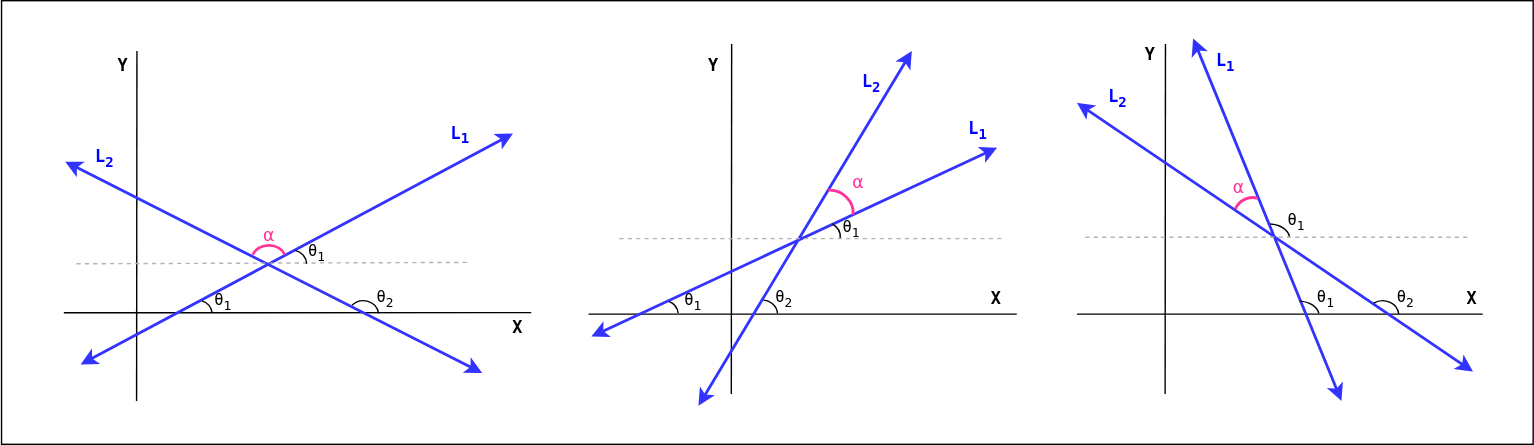
Earlier version of the draw.io export public/diagrams/line-angle-between-two-lines.svg (datkumar/code-journal). Source tidied: cells renumbered, new cells last; positions are measured from the earlier drawing's top-left corner, leaving out a move shared by most shapes.
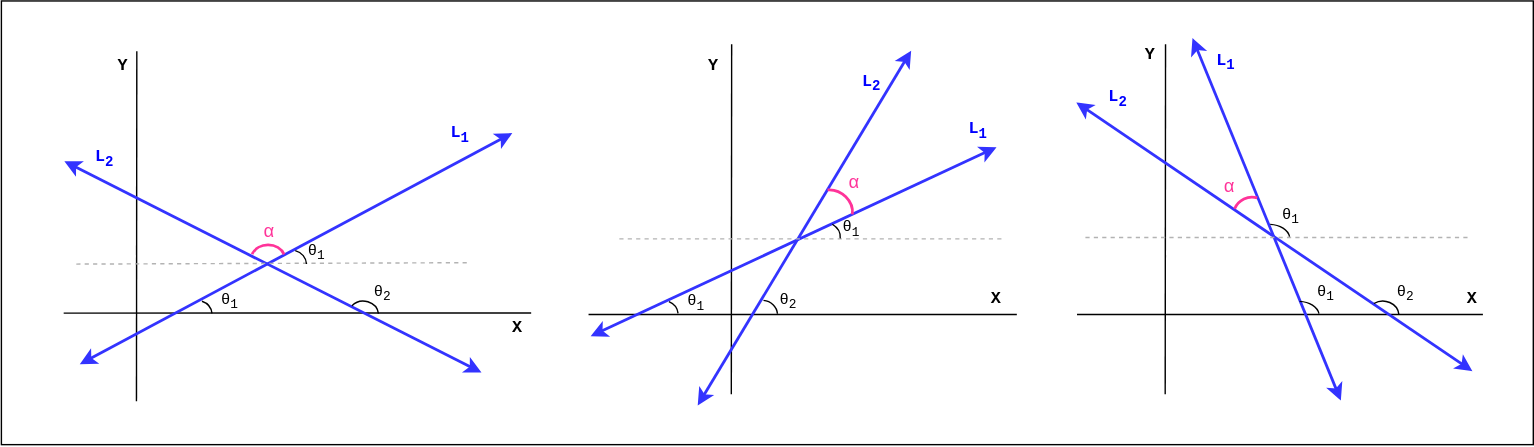
After the commit.

The edit, as a diff of the source:
```diff
@@ -2,7 +2,7 @@
   <root>
     <mxCell id="0" />
     <mxCell id="1" parent="0" />
-    <mxCell id="2" style="rounded=0;whiteSpace=wrap;html=1;fillColor=light-dark(#FFFFFF,#FFFFFF);fillStyle=solid;" parent="1" vertex="1">
+    <mxCell id="2" style="rounded=0;whiteSpace=wrap;html=1;fillColor=light-dark(#FFFFFF,#FFFFFF);fillStyle=solid;fontFamily=monospace;" parent="1" vertex="1">
       <mxGeometry x="-0.5" width="1094.5" height="317" as="geometry" />
     </mxCell>
     <mxCell id="3" style="endArrow=none;html=1;strokeWidth=1;rounded=0;strokeColor=light-dark(#000000,#000000);fontFamily=monospace;fontColor=#000000;" parent="1" edge="1">
@@ -35,17 +35,17 @@
         <mxPoint x="343" y="266" as="targetPoint" />
       </mxGeometry>
     </mxCell>
-    <mxCell id="9" style="verticalLabelPosition=bottom;verticalAlign=top;html=1;shape=mxgraph.basic.arc;startAngle=0.8693585715642969;endAngle=0.2293572000800764;fontColor=#000000;fillColor=light-dark(#000000,#000000);strokeColor=light-dark(#000000,#000000);" parent="1" vertex="1">
+    <mxCell id="9" style="verticalLabelPosition=bottom;verticalAlign=top;html=1;shape=mxgraph.basic.arc;startAngle=0.8693585715642969;endAngle=0.2293572000800764;fontColor=#000000;fillColor=light-dark(#000000,#000000);strokeColor=light-dark(#000000,#000000);fontFamily=monospace;" parent="1" vertex="1">
       <mxGeometry x="247" y="214.4" width="22" height="20.6" as="geometry" />
     </mxCell>
     <mxCell id="10" value="θ&lt;sub&gt;2&lt;/sub&gt;" style="text;html=1;align=center;verticalAlign=middle;whiteSpace=wrap;rounded=0;fontFamily=monospace;fontColor=#000000;fontSize=11;" parent="1" vertex="1">
-      <mxGeometry x="269" y="207.9" width="10" height="11" as="geometry" />
+      <mxGeometry x="267" y="203.4" width="10" height="11" as="geometry" />
     </mxCell>
-    <mxCell id="11" style="verticalLabelPosition=bottom;verticalAlign=top;html=1;shape=mxgraph.basic.arc;startAngle=0.055934176189578154;endAngle=0.23464572180095508;fontColor=#000000;fillColor=light-dark(#000000,#000000);strokeColor=light-dark(#000000,#000000);" parent="1" vertex="1">
+    <mxCell id="11" style="verticalLabelPosition=bottom;verticalAlign=top;html=1;shape=mxgraph.basic.arc;startAngle=0.055934176189578154;endAngle=0.23464572180095508;fontColor=#000000;fillColor=light-dark(#000000,#000000);strokeColor=light-dark(#000000,#000000);fontFamily=monospace;" parent="1" vertex="1">
       <mxGeometry x="128" y="213.9" width="22" height="20.6" as="geometry" />
     </mxCell>
     <mxCell id="12" value="θ&lt;sub&gt;1&lt;/sub&gt;" style="text;html=1;align=center;verticalAlign=middle;whiteSpace=wrap;rounded=0;fontFamily=monospace;fontColor=#000000;fontSize=11;" parent="1" vertex="1">
-      <mxGeometry x="153" y="209.4" width="10" height="11" as="geometry" />
+      <mxGeometry x="158" y="209.9" width="10" height="11" as="geometry" />
     </mxCell>
     <mxCell id="13" style="endArrow=none;html=1;strokeWidth=1;rounded=0;strokeColor=light-dark(#B3B3B3,#B3B3B3);fontFamily=monospace;fontColor=#000000;dashed=1;" parent="1" edge="1">
       <mxGeometry relative="1" as="geometry">
@@ -53,17 +53,17 @@
         <mxPoint x="335" y="187" as="targetPoint" />
       </mxGeometry>
     </mxCell>
-    <mxCell id="14" style="verticalLabelPosition=bottom;verticalAlign=top;html=1;shape=mxgraph.basic.arc;startAngle=0.043122530546539604;endAngle=0.24481200322379398;fontColor=#000000;fillColor=light-dark(#000000,#000000);strokeColor=light-dark(#000000,#000000);" parent="1" vertex="1">
+    <mxCell id="14" style="verticalLabelPosition=bottom;verticalAlign=top;html=1;shape=mxgraph.basic.arc;startAngle=0.043122530546539604;endAngle=0.24481200322379398;fontColor=#000000;fillColor=light-dark(#000000,#000000);strokeColor=light-dark(#000000,#000000);fontFamily=monospace;" parent="1" vertex="1">
       <mxGeometry x="195.5" y="178" width="22" height="20.6" as="geometry" />
     </mxCell>
     <mxCell id="15" value="θ&lt;sub&gt;1&lt;/sub&gt;" style="text;html=1;align=center;verticalAlign=middle;whiteSpace=wrap;rounded=0;fontFamily=monospace;fontColor=#000000;fontSize=11;" parent="1" vertex="1">
       <mxGeometry x="220" y="174.8" width="10" height="11" as="geometry" />
     </mxCell>
-    <mxCell id="16" style="verticalLabelPosition=bottom;verticalAlign=top;html=1;shape=mxgraph.basic.arc;startAngle=0.815970818035741;endAngle=0.18665405424633041;fontColor=#000000;fillColor=light-dark(#000000,#000000);strokeColor=light-dark(#FF3399,#FF3399);strokeWidth=2;" parent="1" vertex="1">
+    <mxCell id="16" style="verticalLabelPosition=bottom;verticalAlign=top;html=1;shape=mxgraph.basic.arc;startAngle=0.815970818035741;endAngle=0.18665405424633041;fontColor=#000000;fillColor=light-dark(#000000,#000000);strokeColor=light-dark(#FF3399,#FF3399);strokeWidth=2;fontFamily=monospace;" parent="1" vertex="1">
       <mxGeometry x="178" y="174.8" width="25" height="22.2" as="geometry" />
     </mxCell>
     <mxCell id="17" value="α" style="text;html=1;align=center;verticalAlign=middle;whiteSpace=wrap;rounded=0;fontFamily=monospace;fontColor=light-dark(#FF3399,#FF3399);fontSize=13;fontStyle=0;" parent="1" vertex="1">
-      <mxGeometry x="185.5" y="161" width="10" height="11" as="geometry" />
+      <mxGeometry x="185.5" y="159" width="10" height="11" as="geometry" />
     </mxCell>
     <mxCell id="18" style="endArrow=none;html=1;strokeWidth=1;rounded=0;strokeColor=light-dark(#000000,#000000);fontFamily=monospace;fontColor=#000000;" parent="1" edge="1">
       <mxGeometry relative="1" as="geometry">
@@ -95,17 +95,17 @@
         <mxPoint x="497.5" y="289.5" as="targetPoint" />
       </mxGeometry>
     </mxCell>
-    <mxCell id="24" style="verticalLabelPosition=bottom;verticalAlign=top;html=1;shape=mxgraph.basic.arc;startAngle=0.014285457105234005;endAngle=0.23853446749302298;fontColor=#000000;fillColor=light-dark(#000000,#000000);strokeColor=light-dark(#000000,#000000);" parent="1" vertex="1">
+    <mxCell id="24" style="verticalLabelPosition=bottom;verticalAlign=top;html=1;shape=mxgraph.basic.arc;startAngle=0.014285457105234005;endAngle=0.23853446749302298;fontColor=#000000;fillColor=light-dark(#000000,#000000);strokeColor=light-dark(#000000,#000000);fontFamily=monospace;" parent="1" vertex="1">
       <mxGeometry x="532" y="213.9" width="22" height="20.6" as="geometry" />
     </mxCell>
     <mxCell id="25" value="θ&lt;sub&gt;2&lt;/sub&gt;" style="text;html=1;align=center;verticalAlign=middle;whiteSpace=wrap;rounded=0;fontFamily=monospace;fontColor=#000000;fontSize=11;" parent="1" vertex="1">
-      <mxGeometry x="554" y="207.9" width="10" height="11" as="geometry" />
+      <mxGeometry x="557" y="209.9" width="10" height="11" as="geometry" />
     </mxCell>
-    <mxCell id="26" style="verticalLabelPosition=bottom;verticalAlign=top;html=1;shape=mxgraph.basic.arc;startAngle=0.0662513164113248;endAngle=0.23464572180095508;fontColor=#000000;fillColor=light-dark(#000000,#000000);strokeColor=light-dark(#000000,#000000);" parent="1" vertex="1">
+    <mxCell id="26" style="verticalLabelPosition=bottom;verticalAlign=top;html=1;shape=mxgraph.basic.arc;startAngle=0.0662513164113248;endAngle=0.23464572180095508;fontColor=#000000;fillColor=light-dark(#000000,#000000);strokeColor=light-dark(#000000,#000000);fontFamily=monospace;" parent="1" vertex="1">
       <mxGeometry x="461" y="213.9" width="22" height="20.6" as="geometry" />
     </mxCell>
     <mxCell id="27" value="θ&lt;sub&gt;1&lt;/sub&gt;" style="text;html=1;align=center;verticalAlign=middle;whiteSpace=wrap;rounded=0;fontFamily=monospace;fontColor=#000000;fontSize=11;" parent="1" vertex="1">
-      <mxGeometry x="489" y="209.4" width="10" height="11" as="geometry" />
+      <mxGeometry x="491" y="210.4" width="10" height="11" as="geometry" />
     </mxCell>
     <mxCell id="28" style="endArrow=none;html=1;strokeWidth=1;rounded=0;strokeColor=light-dark(#B3B3B3,#B3B3B3);fontFamily=monospace;fontColor=#000000;dashed=1;" parent="1" edge="1">
       <mxGeometry relative="1" as="geometry">
@@ -113,17 +113,17 @@
         <mxPoint x="715" y="170" as="targetPoint" />
       </mxGeometry>
     </mxCell>
-    <mxCell id="29" style="verticalLabelPosition=bottom;verticalAlign=top;html=1;shape=mxgraph.basic.arc;startAngle=0.05172660935135438;endAngle=0.2269523750837865;fontColor=#000000;fillColor=light-dark(#000000,#000000);strokeColor=light-dark(#000000,#000000);rotation=15;" parent="1" vertex="1">
+    <mxCell id="29" style="verticalLabelPosition=bottom;verticalAlign=top;html=1;shape=mxgraph.basic.arc;startAngle=0.05172660935135438;endAngle=0.2269523750837865;fontColor=#000000;fillColor=light-dark(#000000,#000000);strokeColor=light-dark(#000000,#000000);rotation=15;fontFamily=monospace;" parent="1" vertex="1">
       <mxGeometry x="575" y="157.7" width="24" height="20.6" as="geometry" />
     </mxCell>
     <mxCell id="30" value="θ&lt;sub&gt;1&lt;/sub&gt;" style="text;html=1;align=center;verticalAlign=middle;whiteSpace=wrap;rounded=0;fontFamily=monospace;fontColor=#000000;fontSize=11;" parent="1" vertex="1">
       <mxGeometry x="601.5" y="157" width="10" height="11" as="geometry" />
     </mxCell>
-    <mxCell id="31" style="verticalLabelPosition=bottom;verticalAlign=top;html=1;shape=mxgraph.basic.arc;startAngle=0.8805625920328525;endAngle=0.18023656976070954;fontColor=#000000;fillColor=light-dark(#000000,#000000);strokeColor=light-dark(#FF3399,#FF3399);strokeWidth=2;rotation=35;" parent="1" vertex="1">
+    <mxCell id="31" style="verticalLabelPosition=bottom;verticalAlign=top;html=1;shape=mxgraph.basic.arc;startAngle=0.8805625920328525;endAngle=0.18023656976070954;fontColor=#000000;fillColor=light-dark(#000000,#000000);strokeColor=light-dark(#FF3399,#FF3399);strokeWidth=2;rotation=35;fontFamily=monospace;" parent="1" vertex="1">
       <mxGeometry x="577.7" y="136.1" width="31" height="27.3" as="geometry" />
     </mxCell>
     <mxCell id="32" value="α" style="text;html=1;align=center;verticalAlign=middle;whiteSpace=wrap;rounded=0;fontFamily=monospace;fontColor=light-dark(#FF3399,#FF3399);fontSize=13;fontStyle=0;" parent="1" vertex="1">
-      <mxGeometry x="605" y="121.1" width="13.5" height="15" as="geometry" />
+      <mxGeometry x="601.5" y="123" width="13.5" height="15" as="geometry" />
     </mxCell>
     <mxCell id="33" value="L&lt;sub&gt;1&lt;/sub&gt;" style="text;html=1;align=center;verticalAlign=middle;whiteSpace=wrap;rounded=0;fontFamily=monospace;fontStyle=1;fontColor=light-dark(#0000FF,#0000FF);" parent="1" vertex="1">
       <mxGeometry x="318" y="86" width="19" height="20" as="geometry" />
@@ -168,9 +168,9 @@
       </mxGeometry>
     </mxCell>
     <mxCell id="43" value="θ&lt;sub&gt;2&lt;/sub&gt;" style="text;html=1;align=center;verticalAlign=middle;whiteSpace=wrap;rounded=0;fontFamily=monospace;fontColor=#000000;fontSize=11;" parent="1" vertex="1">
-      <mxGeometry x="998" y="207.9" width="10" height="11" as="geometry" />
+      <mxGeometry x="998" y="203.6" width="10" height="11" as="geometry" />
     </mxCell>
-    <mxCell id="44" style="verticalLabelPosition=bottom;verticalAlign=top;html=1;shape=mxgraph.basic.arc;startAngle=0.9067918438303362;endAngle=0.23464572180095508;fontColor=#000000;fillColor=light-dark(#000000,#000000);strokeColor=light-dark(#000000,#000000);" parent="1" vertex="1">
+    <mxCell id="44" style="verticalLabelPosition=bottom;verticalAlign=top;html=1;shape=mxgraph.basic.arc;startAngle=0.9067918438303362;endAngle=0.23464572180095508;fontColor=#000000;fillColor=light-dark(#000000,#000000);strokeColor=light-dark(#000000,#000000);fontFamily=monospace;" parent="1" vertex="1">
       <mxGeometry x="975" y="214.4" width="23" height="21" as="geometry" />
     </mxCell>
     <mxCell id="45" style="endArrow=none;html=1;strokeWidth=1;rounded=0;strokeColor=light-dark(#B3B3B3,#B3B3B3);fontFamily=monospace;fontColor=#000000;dashed=1;" parent="1" edge="1">
@@ -179,17 +179,17 @@
         <mxPoint x="1048" y="169" as="targetPoint" />
       </mxGeometry>
     </mxCell>
-    <mxCell id="46" style="verticalLabelPosition=bottom;verticalAlign=top;html=1;shape=mxgraph.basic.arc;startAngle=0.011122702613081634;endAngle=0.2269523750837865;fontColor=#000000;fillColor=light-dark(#000000,#000000);strokeColor=light-dark(#000000,#000000);rotation=0;" parent="1" vertex="1">
+    <mxCell id="46" style="verticalLabelPosition=bottom;verticalAlign=top;html=1;shape=mxgraph.basic.arc;startAngle=0.011122702613081634;endAngle=0.2269523750837865;fontColor=#000000;fillColor=light-dark(#000000,#000000);strokeColor=light-dark(#000000,#000000);rotation=0;fontFamily=monospace;" parent="1" vertex="1">
       <mxGeometry x="911" y="214.6" width="30" height="20.6" as="geometry" />
     </mxCell>
     <mxCell id="47" value="θ&lt;sub&gt;1&lt;/sub&gt;" style="text;html=1;align=center;verticalAlign=middle;whiteSpace=wrap;rounded=0;fontFamily=monospace;fontColor=#000000;fontSize=11;" parent="1" vertex="1">
-      <mxGeometry x="941" y="207.9" width="10" height="11" as="geometry" />
+      <mxGeometry x="941" y="203.6" width="10" height="11" as="geometry" />
     </mxCell>
-    <mxCell id="48" style="verticalLabelPosition=bottom;verticalAlign=top;html=1;shape=mxgraph.basic.arc;startAngle=0.8146637477722297;endAngle=0.044922663932729305;fontColor=#000000;fillColor=light-dark(#000000,#000000);strokeColor=light-dark(#FF3399,#FF3399);strokeWidth=2;rotation=0;" parent="1" vertex="1">
+    <mxCell id="48" style="verticalLabelPosition=bottom;verticalAlign=top;html=1;shape=mxgraph.basic.arc;startAngle=0.8146637477722297;endAngle=0.044922663932729305;fontColor=#000000;fillColor=light-dark(#000000,#000000);strokeColor=light-dark(#FF3399,#FF3399);strokeWidth=2;rotation=0;fontFamily=monospace;" parent="1" vertex="1">
       <mxGeometry x="880" y="140.7" width="27" height="27.3" as="geometry" />
     </mxCell>
     <mxCell id="49" value="α" style="text;html=1;align=center;verticalAlign=middle;whiteSpace=wrap;rounded=0;fontFamily=monospace;fontColor=light-dark(#FF3399,#FF3399);fontSize=13;fontStyle=0;" parent="1" vertex="1">
-      <mxGeometry x="876.5" y="125.7" width="13.5" height="15" as="geometry" />
+      <mxGeometry x="870.5" y="125.7" width="13.5" height="15" as="geometry" />
     </mxCell>
     <mxCell id="50" value="L&lt;sub&gt;1&lt;/sub&gt;" style="text;html=1;align=center;verticalAlign=middle;whiteSpace=wrap;rounded=0;fontFamily=monospace;fontStyle=1;fontColor=light-dark(#0000FF,#0000FF);" parent="1" vertex="1">
       <mxGeometry x="865" y="34" width="19" height="20" as="geometry" />
@@ -197,11 +197,11 @@
     <mxCell id="51" value="L&lt;sub&gt;2&lt;/sub&gt;" style="text;html=1;align=center;verticalAlign=middle;whiteSpace=wrap;rounded=0;fontFamily=monospace;fontStyle=1;fontColor=light-dark(#0000FF,#0000FF);" parent="1" vertex="1">
       <mxGeometry x="788" y="60" width="19" height="20" as="geometry" />
     </mxCell>
-    <mxCell id="52" style="verticalLabelPosition=bottom;verticalAlign=top;html=1;shape=mxgraph.basic.arc;startAngle=0.011122702613081634;endAngle=0.2269523750837865;fontColor=#000000;fillColor=light-dark(#000000,#000000);strokeColor=light-dark(#000000,#000000);rotation=0;" parent="1" vertex="1">
+    <mxCell id="52" style="verticalLabelPosition=bottom;verticalAlign=top;html=1;shape=mxgraph.basic.arc;startAngle=0.011122702613081634;endAngle=0.2269523750837865;fontColor=#000000;fillColor=light-dark(#000000,#000000);strokeColor=light-dark(#000000,#000000);rotation=0;fontFamily=monospace;" parent="1" vertex="1">
       <mxGeometry x="890" y="159.6" width="30" height="20.6" as="geometry" />
     </mxCell>
     <mxCell id="53" value="θ&lt;sub&gt;1&lt;/sub&gt;" style="text;html=1;align=center;verticalAlign=middle;whiteSpace=wrap;rounded=0;fontFamily=monospace;fontColor=#000000;fontSize=11;" parent="1" vertex="1">
-      <mxGeometry x="920" y="152.9" width="10" height="11" as="geometry" />
+      <mxGeometry x="916" y="148.8" width="10" height="11" as="geometry" />
     </mxCell>
   </root>
 </mxGraphModel>
```
